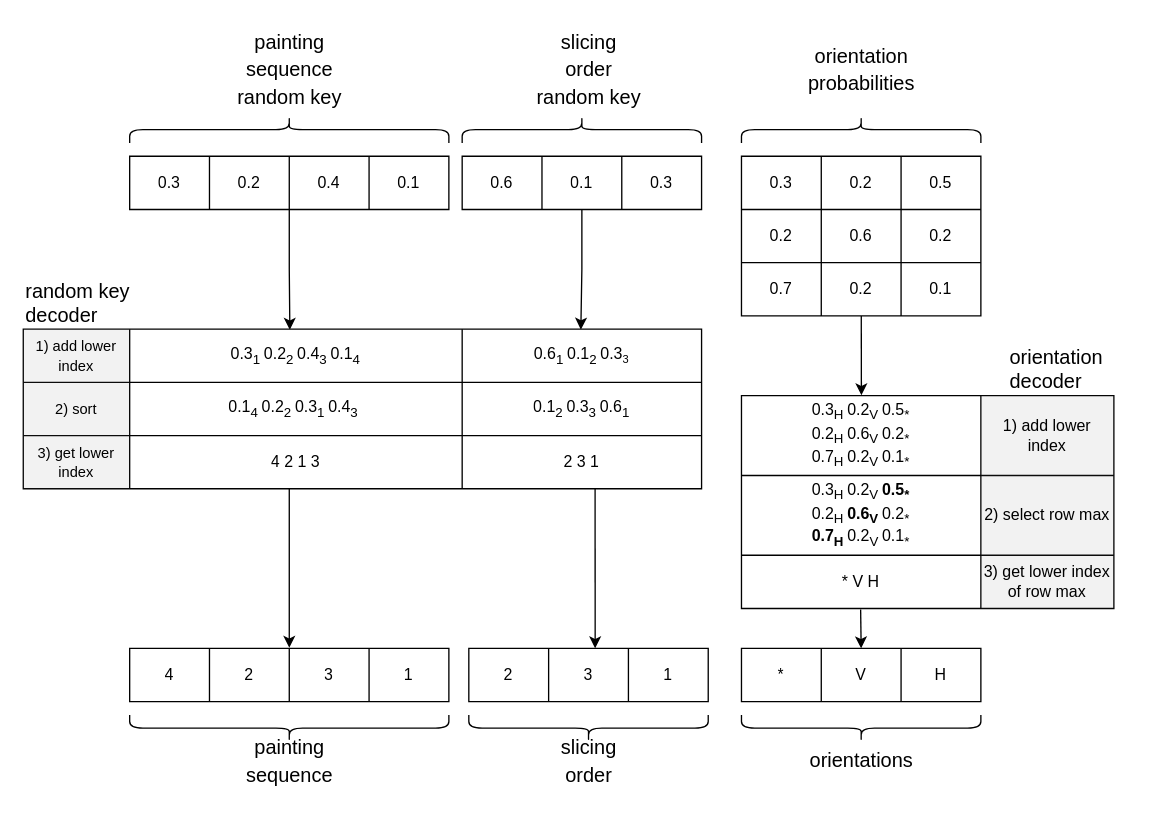
TaIos/master-thesis keeps this draw.io diagram as src/thesis/figures/individual_decoding.drawio. Above is the earlier version. Source tidied: cells renumbered, new cells numbered last; positions are measured from the earlier drawing's top-left corner, leaving out a move shared by most shapes. Both pictures are drawn from the tidied source at 133%, with x=0, y=0 at pixel (23, 23).
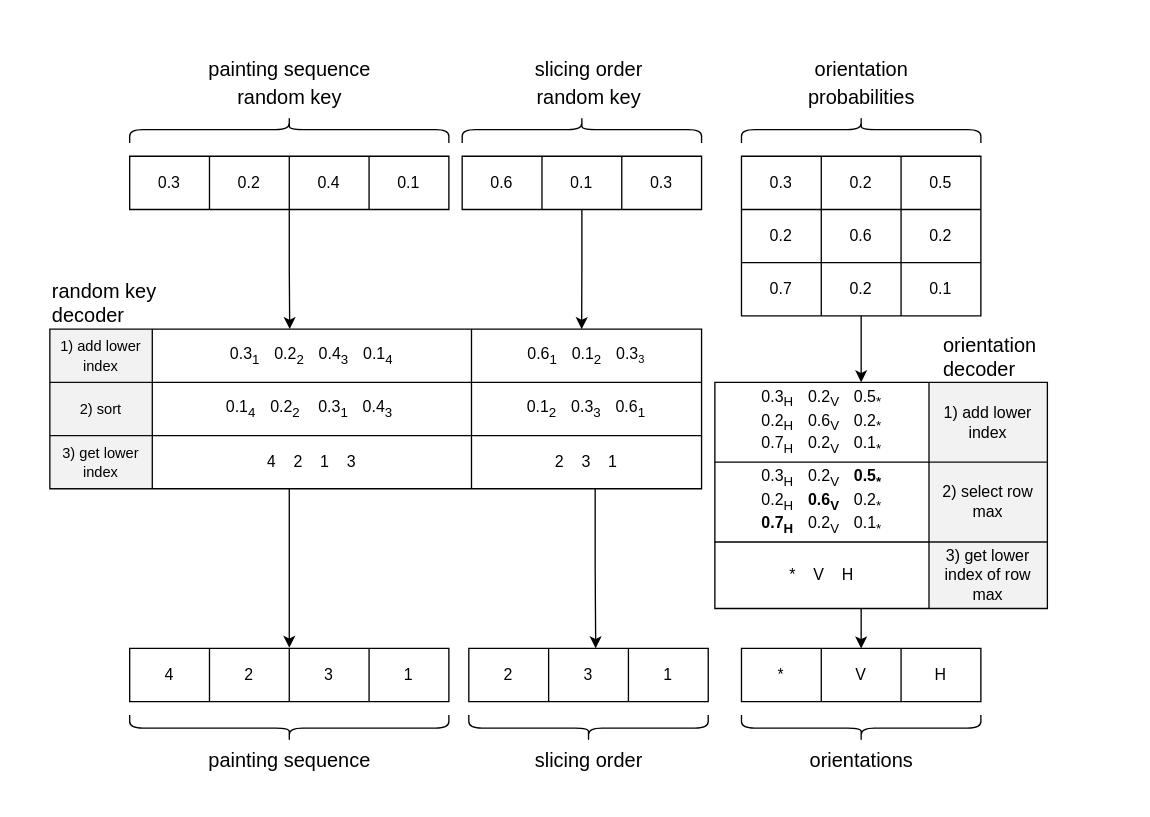
The same page after the edit.

Commit message (it also covers changes not shown here):
writing: revise individual decoding

Unchanged cells that the change refers to:
```xml
<mxCell id="3" style="shape=table;html=1;whiteSpace=wrap;startSize=0;childLayout=tableLayout;" parent="1" vertex="1">
  <mxGeometry x="80" y="100" width="240" height="40" as="geometry" />
</mxCell>
<mxCell id="10" style="shape=table;html=1;whiteSpace=wrap;startSize=0;childLayout=tableLayout;" parent="1" vertex="1">
  <mxGeometry x="330" y="100" width="180" height="40" as="geometry" />
</mxCell>
<mxCell id="16" style="shape=table;html=1;whiteSpace=wrap;startSize=0;childLayout=tableLayout;" parent="1" vertex="1">
  <mxGeometry x="540" y="100" width="180" height="120" as="geometry" />
</mxCell>
<mxCell id="58" style="shape=tableRow;horizontal=0;startSize=0;swimlaneHead=0;swimlaneBody=0;top=0;left=0;bottom=0;right=0;fillColor=none;points=[[0,0.5],[1,0.5]];portConstraint=eastwest;" parent="57" vertex="1">
  <mxGeometry width="180" height="40" as="geometry" />
</mxCell>
<mxCell id="78" style="shape=tableRow;horizontal=0;startSize=0;swimlaneHead=0;swimlaneBody=0;top=0;left=0;bottom=0;right=0;fillColor=none;points=[[0,0.5],[1,0.5]];portConstraint=eastwest;" parent="77" vertex="1">
  <mxGeometry width="180" height="40" as="geometry" />
</mxCell>
```

Change to the diagram source:
```diff
@@
-    <mxCell id="2" style="edgeStyle=orthogonalEdgeStyle;rounded=0;jettySize=auto;html=1;entryX=0.393;entryY=0.012;entryDx=0;entryDy=0;entryPerimeter=0;fontSize=10;" parent="1" edge="1" source="3" target="39">
+    <mxCell id="2" style="edgeStyle=orthogonalEdgeStyle;rounded=0;jettySize=auto;html=1;entryX=0.368;entryY=-0.004;entryDx=0;entryDy=0;entryPerimeter=0;" parent="1" edge="1" source="3" target="39">
       <mxGeometry relative="1" as="geometry" />
     </mxCell>
@@
-    <mxCell id="9" style="edgeStyle=orthogonalEdgeStyle;rounded=0;jettySize=auto;html=1;entryX=0.822;entryY=0.009;entryDx=0;entryDy=0;entryPerimeter=0;fontSize=10;" parent="1" edge="1" source="10" target="39">
+    <mxCell id="9" style="edgeStyle=orthogonalEdgeStyle;rounded=0;jettySize=auto;html=1;entryX=0.816;entryY=0;entryDx=0;entryDy=0;entryPerimeter=0;" parent="1" edge="1" source="10" target="39">
       <mxGeometry relative="1" as="geometry" />
     </mxCell>
@@
-    <mxCell id="15" style="edgeStyle=none;shape=connector;rounded=0;jettySize=auto;html=1;entryX=0.322;entryY=-0.005;entryDx=0;entryDy=0;entryPerimeter=0;labelBackgroundColor=default;strokeColor=default;fontFamily=Helvetica;fontSize=11;fontColor=default;endArrow=classic;" parent="1" edge="1" source="16" target="68">
+    <mxCell id="15" style="edgeStyle=orthogonalEdgeStyle;rounded=0;jettySize=auto;html=1;entryX=0.44;entryY=0;entryDx=0;entryDy=0;entryPerimeter=0;" parent="1" edge="1" source="16" target="68">
       <mxGeometry relative="1" as="geometry" />
     </mxCell>
@@
-    <mxCell id="29" value="&lt;font style=&quot;font-size: 15px;&quot;&gt;painting&lt;br&gt;sequence&lt;br&gt;random key&lt;br&gt;&lt;/font&gt;" style="text;html=1;align=center;verticalAlign=middle;strokeColor=none;fillColor=none;fontSize=17;fontFamily=Helvetica;fontColor=default;" parent="1" vertex="1">
-      <mxGeometry x="150" width="100" height="70" as="geometry" />
+    <mxCell id="29" value="&lt;font style=&quot;font-size: 15px;&quot;&gt;painting sequence&lt;br&gt;random key&lt;br&gt;&lt;/font&gt;" style="text;html=1;align=center;verticalAlign=middle;strokeColor=none;fillColor=none;fontSize=17;fontFamily=Helvetica;fontColor=default;" parent="1" vertex="1">
+      <mxGeometry x="125" y="20" width="150" height="50" as="geometry" />
     </mxCell>
-    <mxCell id="30" value="&lt;font style=&quot;font-size: 15px;&quot;&gt;slicing&lt;br&gt;order&lt;br&gt;random key&lt;br&gt;&lt;/font&gt;" style="text;html=1;align=center;verticalAlign=middle;strokeColor=none;fillColor=none;fontSize=17;fontFamily=Helvetica;fontColor=default;" parent="1" vertex="1">
-      <mxGeometry x="375" width="100" height="70" as="geometry" />
+    <mxCell id="30" value="&lt;font style=&quot;font-size: 15px;&quot;&gt;slicing order&lt;br&gt;random key&lt;br&gt;&lt;/font&gt;" style="text;html=1;align=center;verticalAlign=middle;strokeColor=none;fillColor=none;fontSize=17;fontFamily=Helvetica;fontColor=default;" parent="1" vertex="1">
+      <mxGeometry x="375" y="20" width="100" height="50" as="geometry" />
     </mxCell>
     <mxCell id="31" value="&lt;font style=&quot;font-size: 15px;&quot;&gt;orientation&lt;br&gt;probabilities&lt;br&gt;&lt;/font&gt;" style="text;html=1;align=center;verticalAlign=middle;strokeColor=none;fillColor=none;fontSize=17;fontFamily=Helvetica;fontColor=default;" parent="1" vertex="1">
-      <mxGeometry x="580" y="10" width="100" height="50" as="geometry" />
+      <mxGeometry x="580" y="20" width="100" height="50" as="geometry" />
     </mxCell>
@@
     <mxCell id="35" value="&lt;font style=&quot;font-size: 15px;&quot;&gt;random key&lt;br&gt;decoder&lt;/font&gt;" style="text;html=1;align=left;verticalAlign=middle;strokeColor=none;fillColor=none;" parent="1" vertex="1">
-      <mxGeometry y="185" width="100" height="50" as="geometry" />
+      <mxGeometry x="20" y="185" width="100" height="50" as="geometry" />
     </mxCell>
@@
-    <mxCell id="37" style="edgeStyle=none;shape=connector;rounded=0;jettySize=auto;html=1;labelBackgroundColor=default;strokeColor=default;fontFamily=Helvetica;fontSize=11;fontColor=default;endArrow=classic;exitX=0.843;exitY=0.996;exitDx=0;exitDy=0;exitPerimeter=0;" parent="1" edge="1" source="47" target="58">
-      <mxGeometry relative="1" as="geometry">
-        <Array as="points">
-          <mxPoint x="430" y="470" />
-        </Array>
-      </mxGeometry>
-    </mxCell>
+    <mxCell id="85" style="edgeStyle=orthogonalEdgeStyle;rounded=0;jettySize=auto;html=1;entryX=0.53;entryY=-0.001;entryDx=0;entryDy=0;entryPerimeter=0;" parent="1" edge="1" source="38" target="58">
+      <mxGeometry relative="1" as="geometry">
+        <Array as="points">
+          <mxPoint x="430" y="410" />
+          <mxPoint x="430" y="410" />
+        </Array>
+      </mxGeometry>
+    </mxCell>
     <mxCell id="38" style="shape=table;html=1;whiteSpace=wrap;startSize=0;childLayout=tableLayout;" parent="1" vertex="1">
-      <mxGeometry y="230" width="510" height="120" as="geometry" />
+      <mxGeometry x="20" y="230" width="490" height="120" as="geometry" />
     </mxCell>
     <mxCell id="39" style="shape=tableRow;horizontal=0;startSize=0;swimlaneHead=0;swimlaneBody=0;top=0;left=0;bottom=0;right=0;fillColor=none;points=[[0,0.5],[1,0.5]];portConstraint=eastwest;" parent="38" vertex="1">
-      <mxGeometry width="510" height="40" as="geometry" />
+      <mxGeometry width="490" height="40" as="geometry" />
     </mxCell>
     <mxCell id="40" value="&lt;font style=&quot;font-size: 11px;&quot;&gt;1) add lower index&lt;/font&gt;" style="shape=partialRectangle;html=1;whiteSpace=wrap;fillColor=#808080;top=0;left=0;bottom=0;right=0;overflow=hidden;labelBorderColor=none;labelBackgroundColor=none;strokeColor=#36393d;gradientColor=none;opacity=10;" parent="39" vertex="1">
-      <mxGeometry width="80" height="40" as="geometry" />
+      <mxGeometry width="77" height="40" as="geometry" />
     </mxCell>
-    <mxCell id="41" value="0.3&lt;sub&gt;1&amp;nbsp;&lt;/sub&gt;0.2&lt;sub&gt;2&amp;nbsp;&lt;/sub&gt;0.4&lt;sub&gt;3&amp;nbsp;&lt;/sub&gt;0.1&lt;sub&gt;4&lt;/sub&gt;" style="shape=partialRectangle;html=1;whiteSpace=wrap;fillColor=none;top=0;left=0;bottom=0;right=0;overflow=hidden;" parent="39" vertex="1">
-      <mxGeometry x="80" width="250" height="40" as="geometry" />
+    <mxCell id="41" value="0.3&lt;sub&gt;1&amp;nbsp; &amp;nbsp;&amp;nbsp;&lt;/sub&gt;0.2&lt;sub&gt;2&amp;nbsp; &amp;nbsp;&amp;nbsp;&lt;/sub&gt;0.4&lt;sub&gt;3&amp;nbsp; &amp;nbsp;&amp;nbsp;&lt;/sub&gt;0.1&lt;sub&gt;4&lt;/sub&gt;" style="shape=partialRectangle;html=1;whiteSpace=wrap;fillColor=none;top=0;left=0;bottom=0;right=0;overflow=hidden;" parent="39" vertex="1">
+      <mxGeometry x="77" width="240" height="40" as="geometry" />
     </mxCell>
-    <mxCell id="42" value="0.6&lt;sub&gt;1&amp;nbsp;&lt;/sub&gt;0.1&lt;sub&gt;2&amp;nbsp;&lt;/sub&gt;0.3&lt;span style=&quot;font-size: 10px;&quot;&gt;&lt;sub&gt;3&lt;/sub&gt;&lt;/span&gt;" style="shape=partialRectangle;html=1;whiteSpace=wrap;fillColor=none;top=0;left=0;bottom=0;right=0;overflow=hidden;" parent="39" vertex="1">
-      <mxGeometry x="330" width="180" height="40" as="geometry" />
+    <mxCell id="42" value="0.6&lt;sub&gt;1&amp;nbsp; &amp;nbsp;&amp;nbsp;&lt;/sub&gt;0.1&lt;sub&gt;2&amp;nbsp; &amp;nbsp;&amp;nbsp;&lt;/sub&gt;0.3&lt;span style=&quot;font-size: 10px;&quot;&gt;&lt;sub&gt;3&lt;/sub&gt;&lt;/span&gt;" style="shape=partialRectangle;html=1;whiteSpace=wrap;fillColor=none;top=0;left=0;bottom=0;right=0;overflow=hidden;" parent="39" vertex="1">
+      <mxGeometry x="317" width="173" height="40" as="geometry" />
     </mxCell>
     <mxCell id="43" style="shape=tableRow;horizontal=0;startSize=0;swimlaneHead=0;swimlaneBody=0;top=0;left=0;bottom=0;right=0;fillColor=none;" parent="38" vertex="1">
-      <mxGeometry y="40" width="510" height="40" as="geometry" />
+      <mxGeometry y="40" width="490" height="40" as="geometry" />
     </mxCell>
     <mxCell id="44" value="&lt;font style=&quot;font-size: 11px;&quot;&gt;2) sort&lt;/font&gt;" style="shape=partialRectangle;html=1;whiteSpace=wrap;fillColor=#808080;top=0;left=0;bottom=0;right=0;overflow=hidden;fontColor=default;labelBorderColor=none;labelBackgroundColor=none;strokeColor=#36393d;gradientColor=none;opacity=10;" parent="43" vertex="1">
-      <mxGeometry width="80" height="40" as="geometry" />
+      <mxGeometry width="77" height="40" as="geometry" />
     </mxCell>
-    <mxCell id="45" value="0.1&lt;sub style=&quot;border-color: var(--border-color);&quot;&gt;4&amp;nbsp;&lt;/sub&gt;&lt;span style=&quot;border-color: var(--border-color);&quot;&gt;0.2&lt;sub style=&quot;border-color: var(--border-color);&quot;&gt;2&amp;nbsp;&lt;/sub&gt;&lt;/span&gt;0.3&lt;sub style=&quot;border-color: var(--border-color);&quot;&gt;1&amp;nbsp;&lt;/sub&gt;0.4&lt;sub style=&quot;border-color: var(--border-color);&quot;&gt;3&lt;/sub&gt;&amp;nbsp;" style="shape=partialRectangle;html=1;whiteSpace=wrap;fillColor=none;top=0;left=0;bottom=0;right=0;overflow=hidden;" parent="43" vertex="1">
-      <mxGeometry x="80" width="250" height="40" as="geometry" />
+    <mxCell id="45" value="0.1&lt;sub style=&quot;border-color: var(--border-color);&quot;&gt;4&amp;nbsp; &amp;nbsp;&amp;nbsp;&lt;/sub&gt;&lt;span style=&quot;border-color: var(--border-color);&quot;&gt;0.2&lt;sub style=&quot;border-color: var(--border-color);&quot;&gt;2&amp;nbsp; &amp;nbsp; &amp;nbsp;&lt;/sub&gt;&lt;/span&gt;0.3&lt;sub style=&quot;border-color: var(--border-color);&quot;&gt;1&amp;nbsp; &amp;nbsp;&amp;nbsp;&lt;/sub&gt;0.4&lt;sub style=&quot;border-color: var(--border-color);&quot;&gt;3&lt;/sub&gt;&amp;nbsp;" style="shape=partialRectangle;html=1;whiteSpace=wrap;fillColor=none;top=0;left=0;bottom=0;right=0;overflow=hidden;" parent="43" vertex="1">
+      <mxGeometry x="77" width="240" height="40" as="geometry" />
     </mxCell>
-    <mxCell id="46" value="0.1&lt;sub style=&quot;border-color: var(--border-color);&quot;&gt;2&amp;nbsp;&lt;/sub&gt;0.3&lt;span style=&quot;border-color: var(--border-color);&quot;&gt;&lt;sub style=&quot;border-color: var(--border-color);&quot;&gt;3&amp;nbsp;&lt;/sub&gt;&lt;/span&gt;0.6&lt;sub style=&quot;border-color: var(--border-color);&quot;&gt;1&lt;/sub&gt;" style="shape=partialRectangle;html=1;whiteSpace=wrap;fillColor=none;top=0;left=0;bottom=0;right=0;overflow=hidden;" parent="43" vertex="1">
-      <mxGeometry x="330" width="180" height="40" as="geometry" />
+    <mxCell id="46" value="0.1&lt;sub style=&quot;border-color: var(--border-color);&quot;&gt;2&amp;nbsp; &amp;nbsp;&amp;nbsp;&lt;/sub&gt;0.3&lt;span style=&quot;border-color: var(--border-color);&quot;&gt;&lt;sub style=&quot;border-color: var(--border-color);&quot;&gt;3&amp;nbsp; &amp;nbsp;&amp;nbsp;&lt;/sub&gt;&lt;/span&gt;0.6&lt;sub style=&quot;border-color: var(--border-color);&quot;&gt;1&lt;/sub&gt;" style="shape=partialRectangle;html=1;whiteSpace=wrap;fillColor=none;top=0;left=0;bottom=0;right=0;overflow=hidden;" parent="43" vertex="1">
+      <mxGeometry x="317" width="173" height="40" as="geometry" />
     </mxCell>
     <mxCell id="47" style="shape=tableRow;horizontal=0;startSize=0;swimlaneHead=0;swimlaneBody=0;top=0;left=0;bottom=0;right=0;fillColor=none;points=[[0,0.5],[1,0.5]];portConstraint=eastwest;" parent="38" vertex="1">
-      <mxGeometry y="80" width="510" height="40" as="geometry" />
+      <mxGeometry y="80" width="490" height="40" as="geometry" />
     </mxCell>
     <mxCell id="48" value="&lt;font style=&quot;font-size: 11px;&quot;&gt;3) get lower index&lt;/font&gt;" style="shape=partialRectangle;html=1;whiteSpace=wrap;fillColor=#808080;top=0;left=0;bottom=0;right=0;overflow=hidden;fontColor=default;labelBorderColor=none;labelBackgroundColor=none;strokeColor=#36393d;gradientColor=none;opacity=10;" parent="47" vertex="1">
-      <mxGeometry width="80" height="40" as="geometry" />
+      <mxGeometry width="77" height="40" as="geometry" />
     </mxCell>
-    <mxCell id="49" value="4 2 1 3" style="shape=partialRectangle;html=1;whiteSpace=wrap;fillColor=none;top=0;left=0;bottom=0;right=0;overflow=hidden;" parent="47" vertex="1">
-      <mxGeometry x="80" width="250" height="40" as="geometry" />
+    <mxCell id="49" value="4&amp;nbsp; &amp;nbsp; 2&amp;nbsp; &amp;nbsp; 1&amp;nbsp; &amp;nbsp; 3" style="shape=partialRectangle;html=1;whiteSpace=wrap;fillColor=none;top=0;left=0;bottom=0;right=0;overflow=hidden;" parent="47" vertex="1">
+      <mxGeometry x="77" width="240" height="40" as="geometry" />
     </mxCell>
-    <mxCell id="50" value="2 3 1" style="shape=partialRectangle;html=1;whiteSpace=wrap;fillColor=none;top=0;left=0;bottom=0;right=0;overflow=hidden;" parent="47" vertex="1">
-      <mxGeometry x="330" width="180" height="40" as="geometry" />
+    <mxCell id="50" value="2&amp;nbsp; &amp;nbsp; 3&amp;nbsp; &amp;nbsp; 1" style="shape=partialRectangle;html=1;whiteSpace=wrap;fillColor=none;top=0;left=0;bottom=0;right=0;overflow=hidden;" parent="47" vertex="1">
+      <mxGeometry x="317" width="173" height="40" as="geometry" />
     </mxCell>
@@
-    <mxCell id="63" value="&lt;font style=&quot;font-size: 15px;&quot;&gt;painting&lt;br&gt;sequence&lt;br&gt;&lt;/font&gt;" style="text;html=1;align=center;verticalAlign=middle;strokeColor=none;fillColor=none;fontSize=17;fontFamily=Helvetica;fontColor=default;" parent="1" vertex="1">
-      <mxGeometry x="155" y="530" width="90" height="50" as="geometry" />
+    <mxCell id="63" value="&lt;font style=&quot;font-size: 15px;&quot;&gt;painting sequence&lt;br&gt;&lt;/font&gt;" style="text;html=1;align=center;verticalAlign=middle;strokeColor=none;fillColor=none;fontSize=17;fontFamily=Helvetica;fontColor=default;" parent="1" vertex="1">
+      <mxGeometry x="125" y="540" width="150" height="30" as="geometry" />
     </mxCell>
@@
-    <mxCell id="65" value="&lt;font style=&quot;font-size: 15px;&quot;&gt;slicing&lt;br&gt;order&lt;br&gt;&lt;/font&gt;" style="text;html=1;align=center;verticalAlign=middle;strokeColor=none;fillColor=none;fontSize=17;fontFamily=Helvetica;fontColor=default;" parent="1" vertex="1">
-      <mxGeometry x="390" y="530" width="70" height="50" as="geometry" />
+    <mxCell id="65" value="&lt;font style=&quot;font-size: 15px;&quot;&gt;slicing order&lt;br&gt;&lt;/font&gt;" style="text;html=1;align=center;verticalAlign=middle;strokeColor=none;fillColor=none;fontSize=17;fontFamily=Helvetica;fontColor=default;" parent="1" vertex="1">
+      <mxGeometry x="375" y="540" width="100" height="30" as="geometry" />
     </mxCell>
-    <mxCell id="66" style="edgeStyle=none;shape=connector;rounded=0;jettySize=auto;html=1;entryX=0.498;entryY=0.009;entryDx=0;entryDy=0;entryPerimeter=0;labelBackgroundColor=default;strokeColor=default;fontFamily=Helvetica;fontSize=11;fontColor=default;endArrow=classic;exitX=0.32;exitY=1.02;exitDx=0;exitDy=0;exitPerimeter=0;" parent="1" edge="1" source="74" target="78">
-      <mxGeometry relative="1" as="geometry">
-        <Array as="points">
-          <mxPoint x="630" y="470" />
-        </Array>
-      </mxGeometry>
-    </mxCell>
+    <mxCell id="86" style="edgeStyle=orthogonalEdgeStyle;rounded=0;jettySize=auto;html=1;entryX=0.5;entryY=0.001;entryDx=0;entryDy=0;entryPerimeter=0;" parent="1" edge="1" source="67" target="78">
+      <mxGeometry relative="1" as="geometry">
+        <Array as="points">
+          <mxPoint x="630" y="460" />
+          <mxPoint x="630" y="460" />
+        </Array>
+      </mxGeometry>
+    </mxCell>
     <mxCell id="67" style="shape=table;html=1;whiteSpace=wrap;startSize=0;childLayout=tableLayout;" parent="1" vertex="1">
-      <mxGeometry x="540" y="280" width="280" height="160" as="geometry" />
+      <mxGeometry x="520" y="270" width="250" height="170" as="geometry" />
     </mxCell>
     <mxCell id="68" style="shape=tableRow;horizontal=0;startSize=0;swimlaneHead=0;swimlaneBody=0;top=0;left=0;bottom=0;right=0;fillColor=none;points=[[0,0.5],[1,0.5]];portConstraint=eastwest;" parent="67" vertex="1">
-      <mxGeometry width="280" height="60" as="geometry" />
+      <mxGeometry width="250" height="60" as="geometry" />
     </mxCell>
-    <mxCell id="69" value="0.3&lt;sub&gt;H&amp;nbsp;&lt;/sub&gt;0.2&lt;sub&gt;V&amp;nbsp;&lt;/sub&gt;0.5&lt;sub&gt;*&lt;/sub&gt;&lt;br&gt;0.2&lt;sub&gt;H&amp;nbsp;&lt;/sub&gt;0.6&lt;sub&gt;V&amp;nbsp;&lt;/sub&gt;0.2&lt;sub&gt;*&lt;/sub&gt;&lt;br&gt;0.7&lt;sub&gt;H&amp;nbsp;&lt;/sub&gt;0.2&lt;sub&gt;V&amp;nbsp;&lt;/sub&gt;0.1&lt;sub&gt;*&lt;/sub&gt;" style="shape=partialRectangle;html=1;whiteSpace=wrap;fillColor=none;top=0;left=0;bottom=0;right=0;overflow=hidden;" parent="68" vertex="1">
-      <mxGeometry width="180" height="60" as="geometry" />
+    <mxCell id="69" value="0.3&lt;sub&gt;H&amp;nbsp; &amp;nbsp;&amp;nbsp;&lt;/sub&gt;0.2&lt;sub&gt;V&amp;nbsp; &amp;nbsp;&amp;nbsp;&lt;/sub&gt;0.5&lt;sub&gt;*&lt;/sub&gt;&lt;br&gt;0.2&lt;sub&gt;H&amp;nbsp; &amp;nbsp;&amp;nbsp;&lt;/sub&gt;0.6&lt;sub&gt;V&amp;nbsp; &amp;nbsp;&amp;nbsp;&lt;/sub&gt;0.2&lt;sub&gt;*&lt;/sub&gt;&lt;br&gt;0.7&lt;sub&gt;H&amp;nbsp; &amp;nbsp;&amp;nbsp;&lt;/sub&gt;0.2&lt;sub&gt;V&amp;nbsp; &amp;nbsp;&amp;nbsp;&lt;/sub&gt;0.1&lt;sub&gt;*&lt;/sub&gt;" style="shape=partialRectangle;html=1;whiteSpace=wrap;fillColor=none;top=0;left=0;bottom=0;right=0;overflow=hidden;" parent="68" vertex="1">
+      <mxGeometry width="161" height="60" as="geometry" />
     </mxCell>
     <mxCell id="70" value="1) add lower index" style="shape=partialRectangle;html=1;whiteSpace=wrap;fillColor=#808080;top=0;left=0;bottom=0;right=0;overflow=hidden;strokeColor=#36393d;labelBorderColor=none;labelBackgroundColor=none;gradientColor=none;opacity=10;" parent="68" vertex="1">
-      <mxGeometry x="180" width="100" height="60" as="geometry" />
+      <mxGeometry x="161" width="89" height="60" as="geometry" />
     </mxCell>
     <mxCell id="71" style="shape=tableRow;horizontal=0;startSize=0;swimlaneHead=0;swimlaneBody=0;top=0;left=0;bottom=0;right=0;fillColor=none;" parent="67" vertex="1">
-      <mxGeometry y="60" width="280" height="60" as="geometry" />
+      <mxGeometry y="60" width="250" height="60" as="geometry" />
     </mxCell>
-    <mxCell id="72" value="&lt;span style=&quot;border-color: var(--border-color);&quot;&gt;0.3&lt;sub style=&quot;border-color: var(--border-color);&quot;&gt;H&amp;nbsp;&lt;/sub&gt;0.2&lt;sub style=&quot;border-color: var(--border-color);&quot;&gt;V&amp;nbsp;&lt;/sub&gt;&lt;b&gt;0.5&lt;sub style=&quot;border-color: var(--border-color);&quot;&gt;*&lt;/sub&gt;&lt;/b&gt;&lt;br style=&quot;border-color: var(--border-color);&quot;&gt;0.2&lt;sub style=&quot;border-color: var(--border-color);&quot;&gt;H&amp;nbsp;&lt;/sub&gt;&lt;b&gt;0.6&lt;/b&gt;&lt;sub style=&quot;border-color: var(--border-color);&quot;&gt;&lt;b&gt;V&lt;/b&gt;&amp;nbsp;&lt;/sub&gt;0.2&lt;sub style=&quot;border-color: var(--border-color);&quot;&gt;*&lt;/sub&gt;&lt;br style=&quot;border-color: var(--border-color);&quot;&gt;&lt;b&gt;0.7&lt;/b&gt;&lt;sub style=&quot;border-color: var(--border-color);&quot;&gt;&lt;b&gt;H&lt;/b&gt;&amp;nbsp;&lt;/sub&gt;0.2&lt;sub style=&quot;border-color: var(--border-color);&quot;&gt;V&amp;nbsp;&lt;/sub&gt;0.1&lt;sub style=&quot;border-color: var(--border-color);&quot;&gt;*&lt;/sub&gt;&lt;br&gt;&lt;/span&gt;" style="shape=partialRectangle;html=1;whiteSpace=wrap;fillColor=none;top=0;left=0;bottom=0;right=0;overflow=hidden;" parent="71" vertex="1">
-      <mxGeometry width="180" height="60" as="geometry" />
+    <mxCell id="72" value="&lt;span style=&quot;border-color: var(--border-color);&quot;&gt;0.3&lt;sub style=&quot;border-color: var(--border-color);&quot;&gt;H&amp;nbsp; &amp;nbsp;&amp;nbsp;&lt;/sub&gt;0.2&lt;sub style=&quot;border-color: var(--border-color);&quot;&gt;V&amp;nbsp; &amp;nbsp;&amp;nbsp;&lt;/sub&gt;&lt;b&gt;0.5&lt;sub style=&quot;border-color: var(--border-color);&quot;&gt;*&lt;/sub&gt;&lt;/b&gt;&lt;br style=&quot;border-color: var(--border-color);&quot;&gt;0.2&lt;sub style=&quot;border-color: var(--border-color);&quot;&gt;H&amp;nbsp; &amp;nbsp;&amp;nbsp;&lt;/sub&gt;&lt;b&gt;0.6&lt;/b&gt;&lt;sub style=&quot;border-color: var(--border-color);&quot;&gt;&lt;b&gt;V&lt;/b&gt;&amp;nbsp; &amp;nbsp;&amp;nbsp;&lt;/sub&gt;0.2&lt;sub style=&quot;border-color: var(--border-color);&quot;&gt;*&lt;/sub&gt;&lt;br style=&quot;border-color: var(--border-color);&quot;&gt;&lt;b&gt;0.7&lt;/b&gt;&lt;sub style=&quot;border-color: var(--border-color);&quot;&gt;&lt;b&gt;H&lt;/b&gt;&amp;nbsp; &amp;nbsp;&amp;nbsp;&lt;/sub&gt;0.2&lt;sub style=&quot;border-color: var(--border-color);&quot;&gt;V&amp;nbsp; &amp;nbsp;&amp;nbsp;&lt;/sub&gt;0.1&lt;sub style=&quot;border-color: var(--border-color);&quot;&gt;*&lt;/sub&gt;&lt;br&gt;&lt;/span&gt;" style="shape=partialRectangle;html=1;whiteSpace=wrap;fillColor=none;top=0;left=0;bottom=0;right=0;overflow=hidden;" parent="71" vertex="1">
+      <mxGeometry width="161" height="60" as="geometry" />
     </mxCell>
     <mxCell id="73" value="2) select row max" style="shape=partialRectangle;html=1;whiteSpace=wrap;fillColor=#808080;top=0;left=0;bottom=0;right=0;overflow=hidden;strokeColor=#36393d;labelBorderColor=none;labelBackgroundColor=none;gradientColor=none;opacity=10;" parent="71" vertex="1">
-      <mxGeometry x="180" width="100" height="60" as="geometry" />
+      <mxGeometry x="161" width="89" height="60" as="geometry" />
     </mxCell>
     <mxCell id="74" style="shape=tableRow;horizontal=0;startSize=0;swimlaneHead=0;swimlaneBody=0;top=0;left=0;bottom=0;right=0;fillColor=none;points=[[0,0.5],[1,0.5]];portConstraint=eastwest;" parent="67" vertex="1">
-      <mxGeometry y="120" width="280" height="40" as="geometry" />
+      <mxGeometry y="120" width="250" height="50" as="geometry" />
     </mxCell>
-    <mxCell id="75" value="* V H" style="shape=partialRectangle;html=1;whiteSpace=wrap;fillColor=none;top=0;left=0;bottom=0;right=0;overflow=hidden;" parent="74" vertex="1">
-      <mxGeometry width="180" height="40" as="geometry" />
+    <mxCell id="75" value="*&amp;nbsp; &amp;nbsp; V&amp;nbsp; &amp;nbsp; H" style="shape=partialRectangle;html=1;whiteSpace=wrap;fillColor=none;top=0;left=0;bottom=0;right=0;overflow=hidden;" parent="74" vertex="1">
+      <mxGeometry width="161" height="50" as="geometry" />
     </mxCell>
     <mxCell id="76" value="3) get lower index of row max" style="shape=partialRectangle;html=1;whiteSpace=wrap;fillColor=#808080;top=0;left=0;bottom=0;right=0;overflow=hidden;strokeColor=#36393d;labelBorderColor=none;labelBackgroundColor=none;gradientColor=none;opacity=10;" parent="74" vertex="1">
-      <mxGeometry x="180" width="100" height="40" as="geometry" />
+      <mxGeometry x="161" width="89" height="50" as="geometry" />
     </mxCell>
@@
     <mxCell id="84" value="&lt;font style=&quot;font-size: 15px;&quot;&gt;orientation&lt;br&gt;decoder&lt;/font&gt;" style="text;html=1;align=left;verticalAlign=middle;strokeColor=none;fillColor=none;" parent="1" vertex="1">
-      <mxGeometry x="740" y="235" width="90" height="50" as="geometry" />
+      <mxGeometry x="690" y="226" width="90" height="50" as="geometry" />
     </mxCell>
```
